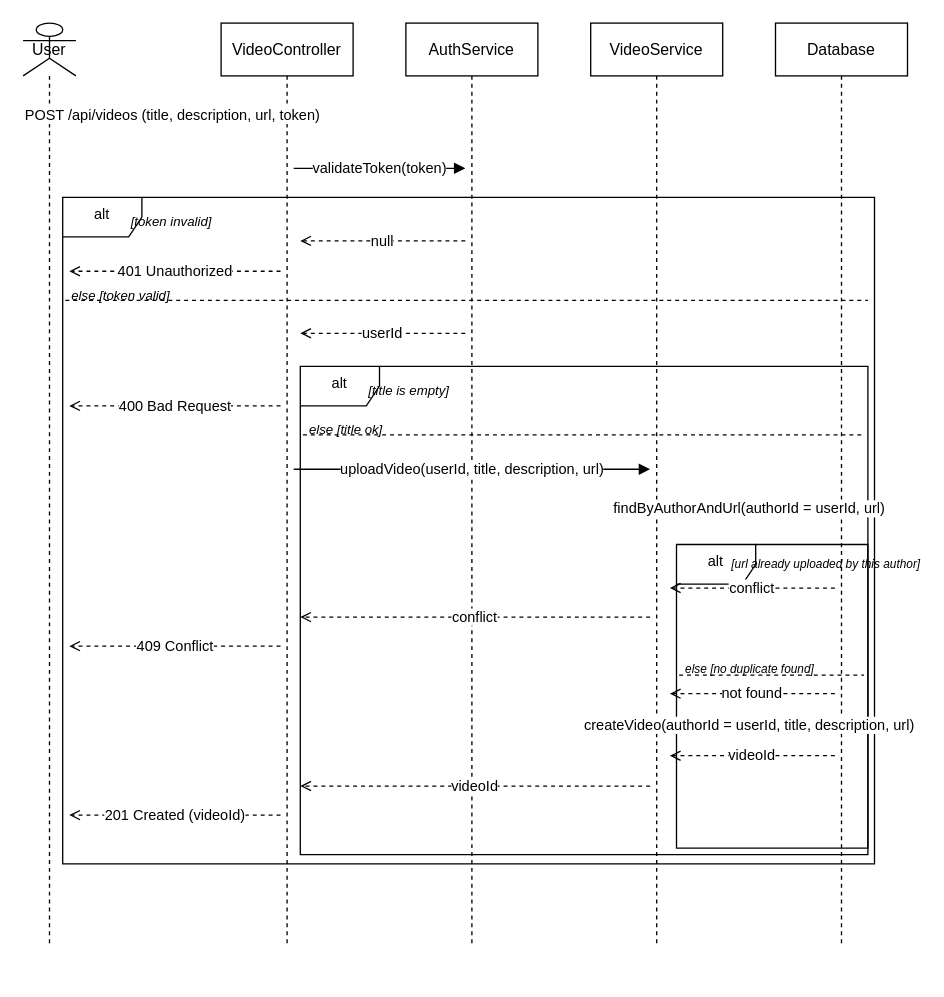
This is Labs/lab3-sequence/model/sequence.drawio from ezpectus/kpi2__Mavpz-Labs, a draw.io file, before an edit. Source tidied: cells renumbered, new cells numbered last; positions are measured from the earlier drawing's top-left corner, leaving out a move shared by most shapes. Both pictures are drawn from the tidied source at 132%, with x=0, y=0 at pixel (22, 22).
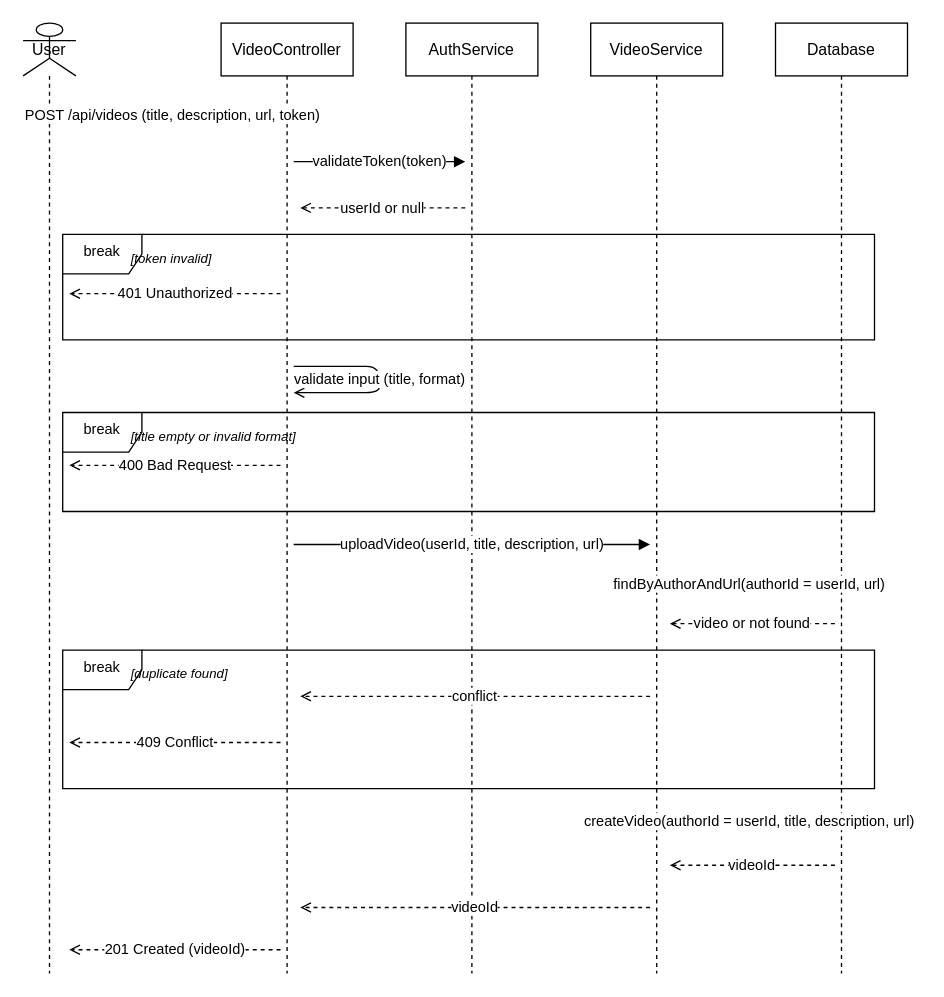
The same page after the edit.

Commit message (it also covers changes not shown here):
lab3: spec+model - nested alt pyramid replaced by flat break fragments

What changed in the source:
```diff
@@
     <mxCell id="2" value="User" style="shape=umlLifeline;perimeter=lifelinePerimeter;participant=umlActor;fontSize=12;" parent="1" vertex="1">
-      <mxGeometry width="40" height="700" as="geometry" />
+      <mxGeometry width="40" height="720" as="geometry" />
     </mxCell>
     <mxCell id="3" value="VideoController" style="shape=umlLifeline;perimeter=lifelinePerimeter;fontSize=12;" parent="1" vertex="1">
-      <mxGeometry x="150" width="100" height="700" as="geometry" />
+      <mxGeometry x="150" width="100" height="720" as="geometry" />
     </mxCell>
     <mxCell id="4" value="AuthService" style="shape=umlLifeline;perimeter=lifelinePerimeter;fontSize=12;" parent="1" vertex="1">
-      <mxGeometry x="290" width="100" height="700" as="geometry" />
+      <mxGeometry x="290" width="100" height="720" as="geometry" />
     </mxCell>
     <mxCell id="5" value="VideoService" style="shape=umlLifeline;perimeter=lifelinePerimeter;fontSize=12;" parent="1" vertex="1">
-      <mxGeometry x="430" width="100" height="700" as="geometry" />
+      <mxGeometry x="430" width="100" height="720" as="geometry" />
     </mxCell>
     <mxCell id="6" value="Database" style="shape=umlLifeline;perimeter=lifelinePerimeter;fontSize=12;" parent="1" vertex="1">
-      <mxGeometry x="570" width="100" height="700" as="geometry" />
+      <mxGeometry x="570" width="100" height="720" as="geometry" />
     </mxCell>
@@
     <mxCell id="8" value="validateToken(token)" style="html=1;endArrow=block;endFill=1;fontSize=11;" parent="1" edge="1">
       <mxGeometry relative="1" as="geometry">
-        <mxPoint x="205" y="110" as="sourcePoint" />
-        <mxPoint x="335" y="110" as="targetPoint" />
+        <mxPoint x="205" y="105" as="sourcePoint" />
+        <mxPoint x="335" y="105" as="targetPoint" />
       </mxGeometry>
     </mxCell>
-    <mxCell id="9" value="alt" style="shape=umlFrame;whiteSpace=wrap;html=1;fontSize=11;verticalAlign=top;" parent="1" vertex="1">
-      <mxGeometry x="30" y="132" width="615" height="505" as="geometry" />
-    </mxCell>
+    <mxCell id="11" value="userId or null" style="html=1;endArrow=open;endFill=0;dashed=1;fontSize=11;" parent="1" edge="1">
+      <mxGeometry relative="1" as="geometry">
+        <mxPoint x="335" y="140" as="sourcePoint" />
+        <mxPoint x="210" y="140" as="targetPoint" />
+      </mxGeometry>
+    </mxCell>
+    <mxCell id="35" value="break" style="shape=umlFrame;whiteSpace=wrap;html=1;fontSize=11;verticalAlign=top;" parent="1" vertex="1">
+      <mxGeometry x="30" y="160" width="615" height="80" as="geometry" />
+    </mxCell>
     <mxCell id="10" value="[token invalid]" style="text;html=1;fontSize=10;fontStyle=2;" parent="1" vertex="1">
-      <mxGeometry x="80" y="138" width="90" height="16" as="geometry" />
+      <mxGeometry x="80" y="166" width="90" height="16" as="geometry" />
     </mxCell>
-    <mxCell id="11" value="null" style="html=1;endArrow=open;endFill=0;dashed=1;fontSize=11;" parent="1" edge="1">
-      <mxGeometry relative="1" as="geometry">
-        <mxPoint x="335" y="165" as="sourcePoint" />
-        <mxPoint x="210" y="165" as="targetPoint" />
-      </mxGeometry>
-    </mxCell>
     <mxCell id="12" value="401 Unauthorized" style="html=1;endArrow=open;endFill=0;dashed=1;fontSize=11;" parent="1" edge="1">
       <mxGeometry relative="1" as="geometry">
-        <mxPoint x="195" y="188" as="sourcePoint" />
-        <mxPoint x="35" y="188" as="targetPoint" />
+        <mxPoint x="195" y="205" as="sourcePoint" />
+        <mxPoint x="35" y="205" as="targetPoint" />
       </mxGeometry>
     </mxCell>
-    <mxCell id="13" style="html=1;dashed=1;endArrow=none;fontSize=11;" parent="1" edge="1">
-      <mxGeometry relative="1" as="geometry">
-        <mxPoint x="32" y="210" as="sourcePoint" />
-        <mxPoint x="640" y="210" as="targetPoint" />
-      </mxGeometry>
-    </mxCell>
-    <mxCell id="14" value="else [token valid]" style="text;html=1;fontSize=10;fontStyle=2;" parent="1" vertex="1">
-      <mxGeometry x="35" y="194" width="100" height="14" as="geometry" />
-    </mxCell>
-    <mxCell id="15" value="userId" style="html=1;endArrow=open;endFill=0;dashed=1;fontSize=11;" parent="1" edge="1">
+    <mxCell id="15" value="validate input (title, format)" style="html=1;endArrow=open;endFill=1;fontSize=11;" parent="1" edge="1">
       <mxGeometry relative="1" as="geometry">
-        <mxPoint x="335" y="235" as="sourcePoint" />
-        <mxPoint x="210" y="235" as="targetPoint" />
+        <mxPoint x="205" y="260" as="sourcePoint" />
+        <mxPoint x="205" y="280" as="targetPoint" />
+        <Array as="points">
+          <mxPoint x="270" y="260" />
+          <mxPoint x="270" y="280" />
+        </Array>
       </mxGeometry>
     </mxCell>
-    <mxCell id="16" value="alt" style="shape=umlFrame;whiteSpace=wrap;html=1;fontSize=11;verticalAlign=top;" parent="1" vertex="1">
-      <mxGeometry x="210" y="260" width="430" height="370" as="geometry" />
-    </mxCell>
+    <mxCell id="36" value="break" style="shape=umlFrame;whiteSpace=wrap;html=1;fontSize=11;verticalAlign=top;" parent="1" vertex="1">
+      <mxGeometry x="30" y="295" width="615" height="75" as="geometry" />
+    </mxCell>
-    <mxCell id="17" value="[title is empty]" style="text;html=1;fontSize=10;fontStyle=2;" parent="1" vertex="1">
-      <mxGeometry x="260" y="266" width="95" height="16" as="geometry" />
+    <mxCell id="17" value="[title empty or invalid format]" style="text;html=1;fontSize=10;fontStyle=2;" parent="1" vertex="1">
+      <mxGeometry x="80" y="301" width="160" height="16" as="geometry" />
     </mxCell>
     <mxCell id="18" value="400 Bad Request" style="html=1;endArrow=open;endFill=0;dashed=1;fontSize=11;" parent="1" edge="1">
       <mxGeometry relative="1" as="geometry">
-        <mxPoint x="195" y="290" as="sourcePoint" />
-        <mxPoint x="35" y="290" as="targetPoint" />
+        <mxPoint x="195" y="335" as="sourcePoint" />
+        <mxPoint x="35" y="335" as="targetPoint" />
       </mxGeometry>
     </mxCell>
-    <mxCell id="19" style="html=1;dashed=1;endArrow=none;fontSize=11;" parent="1" edge="1">
-      <mxGeometry relative="1" as="geometry">
-        <mxPoint x="212" y="312" as="sourcePoint" />
-        <mxPoint x="635" y="312" as="targetPoint" />
-      </mxGeometry>
-    </mxCell>
-    <mxCell id="20" value="else [title ok]" style="text;html=1;fontSize=10;fontStyle=2;" parent="1" vertex="1">
-      <mxGeometry x="215" y="296" width="90" height="14" as="geometry" />
-    </mxCell>
     <mxCell id="21" value="uploadVideo(userId, title, description, url)" style="html=1;endArrow=block;endFill=1;fontSize=11;" parent="1" edge="1">
       <mxGeometry relative="1" as="geometry">
-        <mxPoint x="205" y="338" as="sourcePoint" />
-        <mxPoint x="475" y="338" as="targetPoint" />
+        <mxPoint x="205" y="395" as="sourcePoint" />
+        <mxPoint x="475" y="395" as="targetPoint" />
       </mxGeometry>
     </mxCell>
     <mxCell id="22" value="findByAuthorAndUrl(authorId = userId, url)" style="html=1;endArrow=block;endFill=1;fontSize=11;" parent="1" edge="1">
       <mxGeometry relative="1" as="geometry">
-        <mxPoint x="485" y="368" as="sourcePoint" />
-        <mxPoint x="615" y="368" as="targetPoint" />
+        <mxPoint x="485" y="425" as="sourcePoint" />
+        <mxPoint x="615" y="425" as="targetPoint" />
       </mxGeometry>
     </mxCell>
-    <mxCell id="23" value="alt" style="shape=umlFrame;whiteSpace=wrap;html=1;fontSize=11;verticalAlign=top;" parent="1" vertex="1">
-      <mxGeometry x="495" y="395" width="145" height="230" as="geometry" />
-    </mxCell>
+    <mxCell id="25" value="video or not found" style="html=1;endArrow=open;endFill=0;dashed=1;fontSize=11;" parent="1" edge="1">
+      <mxGeometry relative="1" as="geometry">
+        <mxPoint x="615" y="455" as="sourcePoint" />
+        <mxPoint x="490" y="455" as="targetPoint" />
+      </mxGeometry>
+    </mxCell>
+    <mxCell id="37" value="break" style="shape=umlFrame;whiteSpace=wrap;html=1;fontSize=11;verticalAlign=top;" parent="1" vertex="1">
+      <mxGeometry x="30" y="475" width="615" height="105" as="geometry" />
+    </mxCell>
-    <mxCell id="24" value="[url already uploaded by this author]" style="text;html=1;fontSize=9;fontStyle=2;" parent="1" vertex="1">
-      <mxGeometry x="535" y="398" width="105" height="24" as="geometry" />
+    <mxCell id="24" value="[duplicate found]" style="text;html=1;fontSize=10;fontStyle=2;" parent="1" vertex="1">
+      <mxGeometry x="80" y="481" width="100" height="16" as="geometry" />
     </mxCell>
-    <mxCell id="25" value="conflict" style="html=1;endArrow=open;endFill=0;dashed=1;fontSize=11;" parent="1" edge="1">
-      <mxGeometry relative="1" as="geometry">
-        <mxPoint x="615" y="428" as="sourcePoint" />
-        <mxPoint x="490" y="428" as="targetPoint" />
-      </mxGeometry>
-    </mxCell>
     <mxCell id="26" value="conflict" style="html=1;endArrow=open;endFill=0;dashed=1;fontSize=11;" parent="1" edge="1">
       <mxGeometry relative="1" as="geometry">
-        <mxPoint x="475" y="450" as="sourcePoint" />
-        <mxPoint x="210" y="450" as="targetPoint" />
+        <mxPoint x="475" y="510" as="sourcePoint" />
+        <mxPoint x="210" y="510" as="targetPoint" />
       </mxGeometry>
     </mxCell>
     <mxCell id="27" value="409 Conflict" style="html=1;endArrow=open;endFill=0;dashed=1;fontSize=11;" parent="1" edge="1">
       <mxGeometry relative="1" as="geometry">
-        <mxPoint x="195" y="472" as="sourcePoint" />
-        <mxPoint x="35" y="472" as="targetPoint" />
+        <mxPoint x="195" y="545" as="sourcePoint" />
+        <mxPoint x="35" y="545" as="targetPoint" />
       </mxGeometry>
     </mxCell>
-    <mxCell id="28" style="html=1;dashed=1;endArrow=none;fontSize=11;" parent="1" edge="1">
-      <mxGeometry relative="1" as="geometry">
-        <mxPoint x="497" y="494" as="sourcePoint" />
-        <mxPoint x="637" y="494" as="targetPoint" />
-      </mxGeometry>
-    </mxCell>
-    <mxCell id="29" value="else [no duplicate found]" style="text;html=1;fontSize=9;fontStyle=2;" parent="1" vertex="1">
-      <mxGeometry x="500" y="478" width="100" height="14" as="geometry" />
-    </mxCell>
-    <mxCell id="30" value="not found" style="html=1;endArrow=open;endFill=0;dashed=1;fontSize=11;" parent="1" edge="1">
-      <mxGeometry relative="1" as="geometry">
-        <mxPoint x="615" y="508" as="sourcePoint" />
-        <mxPoint x="490" y="508" as="targetPoint" />
-      </mxGeometry>
-    </mxCell>
     <mxCell id="31" value="createVideo(authorId = userId, title, description, url)" style="html=1;endArrow=block;endFill=1;fontSize=11;" parent="1" edge="1">
       <mxGeometry relative="1" as="geometry">
-        <mxPoint x="485" y="532" as="sourcePoint" />
-        <mxPoint x="615" y="532" as="targetPoint" />
+        <mxPoint x="485" y="605" as="sourcePoint" />
+        <mxPoint x="615" y="605" as="targetPoint" />
       </mxGeometry>
     </mxCell>
     <mxCell id="32" value="videoId" style="html=1;endArrow=open;endFill=0;dashed=1;fontSize=11;" parent="1" edge="1">
       <mxGeometry relative="1" as="geometry">
-        <mxPoint x="615" y="555" as="sourcePoint" />
-        <mxPoint x="490" y="555" as="targetPoint" />
+        <mxPoint x="615" y="638" as="sourcePoint" />
+        <mxPoint x="490" y="638" as="targetPoint" />
       </mxGeometry>
     </mxCell>
     <mxCell id="33" value="videoId" style="html=1;endArrow=open;endFill=0;dashed=1;fontSize=11;" parent="1" edge="1">
       <mxGeometry relative="1" as="geometry">
-        <mxPoint x="475" y="578" as="sourcePoint" />
-        <mxPoint x="210" y="578" as="targetPoint" />
+        <mxPoint x="475" y="670" as="sourcePoint" />
+        <mxPoint x="210" y="670" as="targetPoint" />
       </mxGeometry>
     </mxCell>
     <mxCell id="34" value="201 Created (videoId)" style="html=1;endArrow=open;endFill=0;dashed=1;fontSize=11;" parent="1" edge="1">
       <mxGeometry relative="1" as="geometry">
-        <mxPoint x="195" y="600" as="sourcePoint" />
-        <mxPoint x="35" y="600" as="targetPoint" />
+        <mxPoint x="195" y="702" as="sourcePoint" />
+        <mxPoint x="35" y="702" as="targetPoint" />
       </mxGeometry>
     </mxCell>
```
